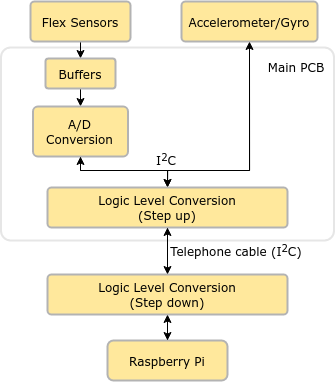
mcbottcher/ENG5220 keeps this draw.io diagram as images/lex_glove_hardware.png. Above is the earlier version. Source tidied: cells renumbered, new cells last; positions are measured from the earlier drawing's top-left corner, leaving out a move shared by most shapes. Source of this version:
```xml
<mxGraphModel>
  <root>
    <mxCell id="0" />
    <mxCell id="1" parent="0" />
    <mxCell id="2" style="rounded=1;whiteSpace=wrap;html=1;labelBackgroundColor=none;strokeColor=#E6E6E6;strokeWidth=2;fillColor=none;gradientColor=none;fontFamily=Verdana;arcSize=5;" parent="1" vertex="1">
      <mxGeometry x="-0.5" y="46" width="333" height="193" as="geometry" />
    </mxCell>
    <mxCell id="3" style="edgeStyle=orthogonalEdgeStyle;rounded=0;jettySize=auto;html=1;exitX=0.5;exitY=1;exitDx=0;exitDy=0;entryX=0.5;entryY=0;entryDx=0;entryDy=0;fontFamily=Verdana;" parent="1" edge="1" source="4" target="7">
      <mxGeometry relative="1" as="geometry" />
    </mxCell>
    <mxCell id="4" value="Flex Sensors" style="rounded=1;whiteSpace=wrap;html=1;arcSize=10;fontFamily=Verdana;labelBackgroundColor=none;gradientColor=none;fillColor=#FFE89C;strokeColor=#B3B3B3;strokeWidth=2;" parent="1" vertex="1">
      <mxGeometry x="29" width="100" height="40" as="geometry" />
    </mxCell>
    <mxCell id="5" style="edgeStyle=orthogonalEdgeStyle;rounded=0;jettySize=auto;html=1;exitX=0.5;exitY=1;exitDx=0;exitDy=0;entryX=0.5;entryY=0;entryDx=0;entryDy=0;fontFamily=Verdana;" parent="1" edge="1" target="13">
      <mxGeometry relative="1" as="geometry">
        <mxPoint x="248" y="40" as="sourcePoint" />
        <Array as="points">
          <mxPoint x="248" y="169" />
          <mxPoint x="166" y="169" />
        </Array>
      </mxGeometry>
    </mxCell>
    <mxCell id="6" style="edgeStyle=orthogonalEdgeStyle;rounded=0;jettySize=auto;html=1;exitX=0.5;exitY=1;exitDx=0;exitDy=0;entryX=0.5;entryY=0;entryDx=0;entryDy=0;fontFamily=Verdana;" parent="1" edge="1" source="7" target="9">
      <mxGeometry relative="1" as="geometry" />
    </mxCell>
    <mxCell id="7" value="Buffers" style="rounded=1;whiteSpace=wrap;html=1;arcSize=10;fontFamily=Verdana;labelBackgroundColor=none;gradientColor=none;fillColor=#FFE89C;strokeColor=#B3B3B3;strokeWidth=2;" parent="1" vertex="1">
      <mxGeometry x="44" y="57" width="70" height="30" as="geometry" />
    </mxCell>
    <mxCell id="8" style="edgeStyle=orthogonalEdgeStyle;rounded=0;jettySize=auto;html=1;exitX=0.5;exitY=1;exitDx=0;exitDy=0;fontFamily=Verdana;" parent="1" edge="1" source="9" target="13">
      <mxGeometry relative="1" as="geometry">
        <Array as="points">
          <mxPoint x="79" y="169" />
          <mxPoint x="166" y="169" />
        </Array>
      </mxGeometry>
    </mxCell>
    <mxCell id="9" value="A/D Conversion" style="rounded=1;whiteSpace=wrap;html=1;arcSize=10;fontFamily=Verdana;labelBackgroundColor=none;gradientColor=none;fillColor=#FFE89C;strokeColor=#B3B3B3;strokeWidth=2;" parent="1" vertex="1">
      <mxGeometry x="31.5" y="105" width="95" height="50" as="geometry" />
    </mxCell>
    <mxCell id="10" style="edgeStyle=orthogonalEdgeStyle;rounded=0;jettySize=auto;html=1;exitX=0.5;exitY=1;exitDx=0;exitDy=0;entryX=0.5;entryY=0;entryDx=0;entryDy=0;fontFamily=Verdana;" parent="1" edge="1" source="13" target="18">
      <mxGeometry relative="1" as="geometry" />
    </mxCell>
    <mxCell id="11" style="edgeStyle=orthogonalEdgeStyle;rounded=0;jettySize=auto;html=1;exitX=0.5;exitY=0;exitDx=0;exitDy=0;entryX=0.5;entryY=1;entryDx=0;entryDy=0;fontFamily=Verdana;" parent="1" edge="1" source="13" target="9">
      <mxGeometry relative="1" as="geometry">
        <Array as="points">
          <mxPoint x="166" y="169" />
          <mxPoint x="79" y="169" />
        </Array>
      </mxGeometry>
    </mxCell>
    <mxCell id="12" style="edgeStyle=orthogonalEdgeStyle;rounded=0;jettySize=auto;html=1;exitX=0.5;exitY=0;exitDx=0;exitDy=0;entryX=0.5;entryY=1;entryDx=0;entryDy=0;fontFamily=Verdana;" parent="1" edge="1" source="13">
      <mxGeometry relative="1" as="geometry">
        <mxPoint x="248" y="40" as="targetPoint" />
        <Array as="points">
          <mxPoint x="166" y="169" />
          <mxPoint x="248" y="169" />
        </Array>
      </mxGeometry>
    </mxCell>
    <mxCell id="13" value="&lt;div&gt;Logic Level Conversion&lt;/div&gt;(Step up)" style="rounded=1;whiteSpace=wrap;html=1;arcSize=10;fontFamily=Verdana;labelBackgroundColor=none;gradientColor=none;fillColor=#FFE89C;strokeColor=#B3B3B3;strokeWidth=2;" parent="1" vertex="1">
      <mxGeometry x="46" y="186" width="240" height="40" as="geometry" />
    </mxCell>
    <mxCell id="14" style="edgeStyle=orthogonalEdgeStyle;rounded=0;jettySize=auto;html=1;exitX=0.5;exitY=0;exitDx=0;exitDy=0;entryX=0.5;entryY=1;entryDx=0;entryDy=0;fontFamily=Verdana;" parent="1" edge="1" source="15" target="18">
      <mxGeometry relative="1" as="geometry" />
    </mxCell>
    <mxCell id="15" value="Raspberry Pi" style="rounded=1;whiteSpace=wrap;html=1;labelBackgroundColor=none;strokeColor=#B3B3B3;strokeWidth=2;fillColor=#FFE89C;gradientColor=none;fontFamily=Verdana;" parent="1" vertex="1">
      <mxGeometry x="106" y="339" width="120" height="40" as="geometry" />
    </mxCell>
    <mxCell id="16" style="edgeStyle=orthogonalEdgeStyle;rounded=0;jettySize=auto;html=1;exitX=0.5;exitY=1;exitDx=0;exitDy=0;entryX=0.5;entryY=0;entryDx=0;entryDy=0;fontFamily=Verdana;" parent="1" edge="1" source="18" target="15">
      <mxGeometry relative="1" as="geometry" />
    </mxCell>
    <mxCell id="17" style="edgeStyle=orthogonalEdgeStyle;rounded=0;jettySize=auto;html=1;exitX=0.5;exitY=0;exitDx=0;exitDy=0;entryX=0.5;entryY=1;entryDx=0;entryDy=0;fontFamily=Verdana;" parent="1" edge="1" source="18" target="13">
      <mxGeometry relative="1" as="geometry" />
    </mxCell>
    <mxCell id="18" value="&lt;div&gt;Logic Level Conversion&lt;/div&gt;(Step down)" style="rounded=1;whiteSpace=wrap;html=1;arcSize=10;fontFamily=Verdana;labelBackgroundColor=none;gradientColor=none;fillColor=#FFE89C;strokeColor=#B3B3B3;strokeWidth=2;" parent="1" vertex="1">
      <mxGeometry x="46" y="273" width="240" height="40" as="geometry" />
    </mxCell>
    <mxCell id="19" value="Telephone cable (I&lt;sup&gt;2&lt;/sup&gt;C)" style="text;html=1;strokeColor=none;fillColor=none;align=center;verticalAlign=middle;whiteSpace=wrap;rounded=0;labelBackgroundColor=none;fontFamily=Verdana;" parent="1" vertex="1">
      <mxGeometry x="164" y="239" width="142" height="20" as="geometry" />
    </mxCell>
    <mxCell id="20" value="I&lt;sup&gt;2&lt;/sup&gt;C" style="text;html=1;strokeColor=none;fillColor=none;align=center;verticalAlign=middle;whiteSpace=wrap;rounded=0;labelBackgroundColor=none;fontFamily=Verdana;" parent="1" vertex="1">
      <mxGeometry x="150" y="148" width="30" height="19" as="geometry" />
    </mxCell>
    <mxCell id="21" value="Accelerometer/Gyro" style="rounded=1;whiteSpace=wrap;html=1;arcSize=10;fontFamily=Verdana;labelBackgroundColor=none;gradientColor=none;fillColor=#FFE89C;strokeColor=#B3B3B3;strokeWidth=2;" parent="1" vertex="1">
      <mxGeometry x="180" width="136" height="40" as="geometry" />
    </mxCell>
    <mxCell id="22" value="Main PCB" style="text;html=1;strokeColor=none;fillColor=none;align=center;verticalAlign=middle;whiteSpace=wrap;rounded=0;labelBackgroundColor=none;fontFamily=Verdana;" parent="1" vertex="1">
      <mxGeometry x="265" y="53" width="60" height="23" as="geometry" />
    </mxCell>
  </root>
</mxGraphModel>
```
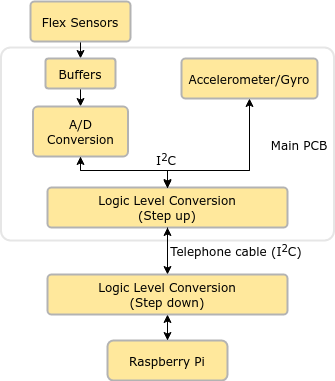
After the commit.

Change to the diagram source:
```diff
@@ -2,6 +2,9 @@
   <root>
     <mxCell id="0" />
     <mxCell id="1" parent="0" />
+    <mxCell id="13" value="&lt;div&gt;Logic Level Conversion&lt;/div&gt;(Step up)" style="rounded=1;whiteSpace=wrap;html=1;arcSize=10;fontFamily=Verdana;labelBackgroundColor=none;gradientColor=none;fillColor=#FFE89C;strokeColor=#B3B3B3;strokeWidth=2;" parent="1" vertex="1">
+      <mxGeometry x="46" y="186" width="240" height="40" as="geometry" />
+    </mxCell>
     <mxCell id="2" style="rounded=1;whiteSpace=wrap;html=1;labelBackgroundColor=none;strokeColor=#E6E6E6;strokeWidth=2;fillColor=none;gradientColor=none;fontFamily=Verdana;arcSize=5;" parent="1" vertex="1">
       <mxGeometry x="-0.5" y="46" width="333" height="193" as="geometry" />
     </mxCell>
@@ -11,9 +14,9 @@
     <mxCell id="4" value="Flex Sensors" style="rounded=1;whiteSpace=wrap;html=1;arcSize=10;fontFamily=Verdana;labelBackgroundColor=none;gradientColor=none;fillColor=#FFE89C;strokeColor=#B3B3B3;strokeWidth=2;" parent="1" vertex="1">
       <mxGeometry x="29" width="100" height="40" as="geometry" />
     </mxCell>
-    <mxCell id="5" style="edgeStyle=orthogonalEdgeStyle;rounded=0;jettySize=auto;html=1;exitX=0.5;exitY=1;exitDx=0;exitDy=0;entryX=0.5;entryY=0;entryDx=0;entryDy=0;fontFamily=Verdana;" parent="1" edge="1" target="13">
+    <mxCell id="5" style="edgeStyle=orthogonalEdgeStyle;rounded=0;jettySize=auto;html=1;exitX=0.5;exitY=1;exitDx=0;exitDy=0;entryX=0.5;entryY=0;entryDx=0;entryDy=0;fontFamily=Verdana;" parent="1" edge="1" source="21">
       <mxGeometry relative="1" as="geometry">
-        <mxPoint x="248" y="40" as="sourcePoint" />
+        <mxPoint x="166" y="187" as="targetPoint" />
         <Array as="points">
           <mxPoint x="248" y="169" />
           <mxPoint x="166" y="169" />
@@ -48,18 +51,14 @@
         </Array>
       </mxGeometry>
     </mxCell>
-    <mxCell id="12" style="edgeStyle=orthogonalEdgeStyle;rounded=0;jettySize=auto;html=1;exitX=0.5;exitY=0;exitDx=0;exitDy=0;entryX=0.5;entryY=1;entryDx=0;entryDy=0;fontFamily=Verdana;" parent="1" edge="1" source="13">
+    <mxCell id="12" style="edgeStyle=orthogonalEdgeStyle;rounded=0;jettySize=auto;html=1;exitX=0.5;exitY=0;exitDx=0;exitDy=0;fontFamily=Verdana;entryX=0.5;entryY=1;entryDx=0;entryDy=0;" parent="1" edge="1" source="13" target="21">
       <mxGeometry relative="1" as="geometry">
-        <mxPoint x="248" y="40" as="targetPoint" />
         <Array as="points">
           <mxPoint x="166" y="169" />
           <mxPoint x="248" y="169" />
         </Array>
       </mxGeometry>
     </mxCell>
-    <mxCell id="13" value="&lt;div&gt;Logic Level Conversion&lt;/div&gt;(Step up)" style="rounded=1;whiteSpace=wrap;html=1;arcSize=10;fontFamily=Verdana;labelBackgroundColor=none;gradientColor=none;fillColor=#FFE89C;strokeColor=#B3B3B3;strokeWidth=2;" parent="1" vertex="1">
-      <mxGeometry x="46" y="186" width="240" height="40" as="geometry" />
-    </mxCell>
     <mxCell id="14" style="edgeStyle=orthogonalEdgeStyle;rounded=0;jettySize=auto;html=1;exitX=0.5;exitY=0;exitDx=0;exitDy=0;entryX=0.5;entryY=1;entryDx=0;entryDy=0;fontFamily=Verdana;" parent="1" edge="1" source="15" target="18">
       <mxGeometry relative="1" as="geometry" />
     </mxCell>
@@ -82,10 +81,10 @@
       <mxGeometry x="150" y="148" width="30" height="19" as="geometry" />
     </mxCell>
     <mxCell id="21" value="Accelerometer/Gyro" style="rounded=1;whiteSpace=wrap;html=1;arcSize=10;fontFamily=Verdana;labelBackgroundColor=none;gradientColor=none;fillColor=#FFE89C;strokeColor=#B3B3B3;strokeWidth=2;" parent="1" vertex="1">
-      <mxGeometry x="180" width="136" height="40" as="geometry" />
+      <mxGeometry x="180" y="57" width="136" height="40" as="geometry" />
     </mxCell>
     <mxCell id="22" value="Main PCB" style="text;html=1;strokeColor=none;fillColor=none;align=center;verticalAlign=middle;whiteSpace=wrap;rounded=0;labelBackgroundColor=none;fontFamily=Verdana;" parent="1" vertex="1">
-      <mxGeometry x="265" y="53" width="60" height="23" as="geometry" />
+      <mxGeometry x="268" y="131" width="60" height="23" as="geometry" />
     </mxCell>
   </root>
 </mxGraphModel>
```
